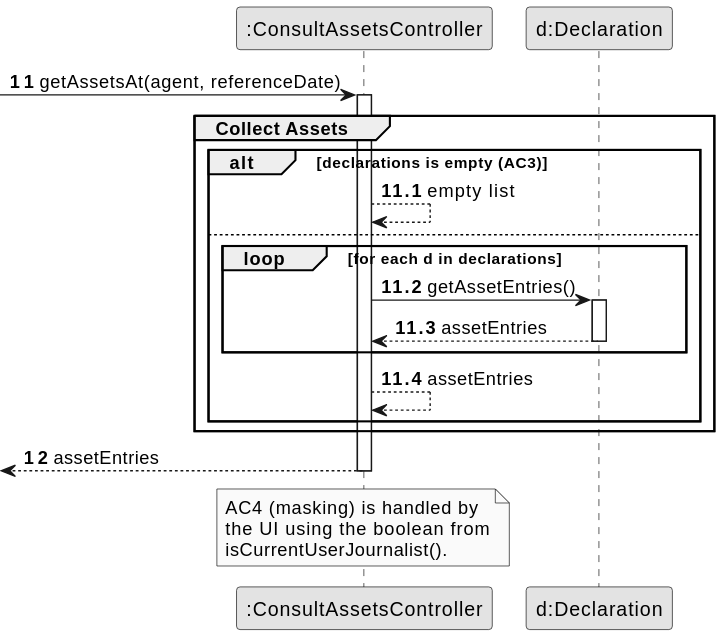
The PlantUML diagram docs/system-documentation/US11/03.design/svg/US11-SD-partial-collect-assets.svg in brunodspinto/crystal-clear-platform, before a commit.
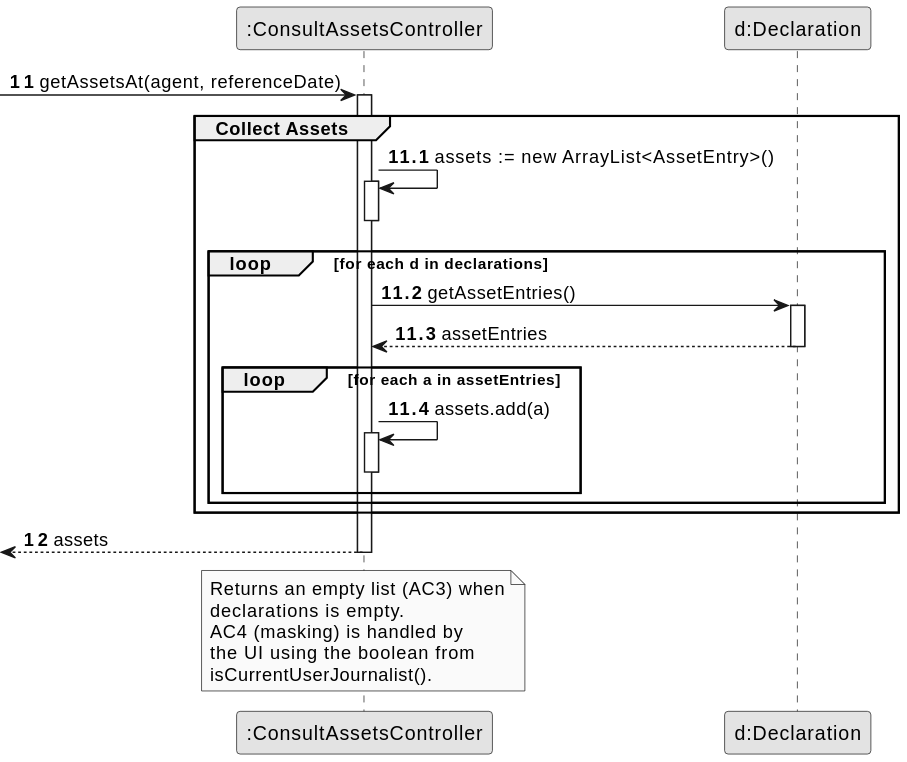
Above is the later version.

The edit, as a diff of the source:
```diff
@@ -14,25 +14,31 @@
 activate CTRL
     group Collect Assets
 
-        alt declarations is empty (AC3)
-            CTRL --> CTRL : empty list
-        else
-            loop for each d in declarations
-                CTRL -> DEC : getAssetEntries()
-                activate DEC
-                    DEC --> CTRL : assetEntries
-                deactivate DEC
+        CTRL -> CTRL : assets := new ArrayList<AssetEntry>()
+        activate CTRL
+        deactivate CTRL
+
+        loop for each d in declarations
+            CTRL -> DEC : getAssetEntries()
+            activate DEC
+                DEC --> CTRL : assetEntries
+            deactivate DEC
+
+            loop for each a in assetEntries
+                CTRL -> CTRL : assets.add(a)
+                activate CTRL
+                deactivate CTRL
             end
-
-            CTRL --> CTRL : assetEntries
         end
 
     end
     autonumber 12
-    <-- CTRL : assetEntries
+    <-- CTRL : assets
 deactivate CTRL
 
 note over CTRL
+    Returns an empty list (AC3) when
+    declarations is empty.
     AC4 (masking) is handled by
     the UI using the boolean from
     isCurrentUserJournalist().
```
